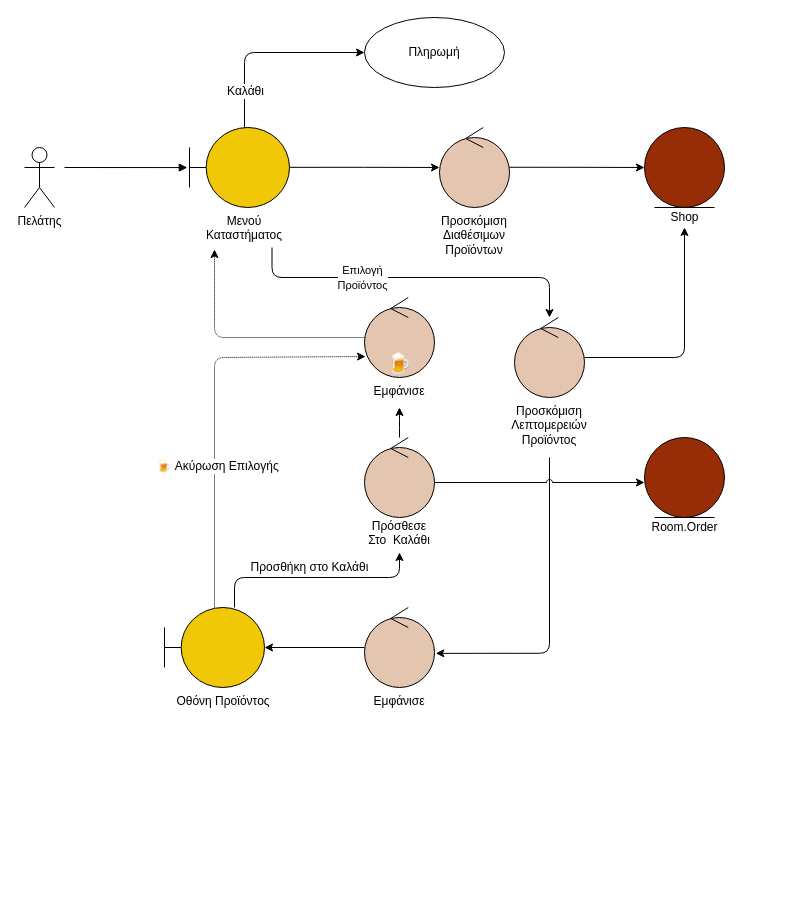
iloudaros/nomnomr keeps this draw.io diagram as docs/contributions/AthanasiaZ/Writing-Charts/Phase5/Use Case Order/orderrobustness.drawio. Above is the earlier version. Source tidied: cells renumbered, new cells numbered last; positions are measured from the earlier drawing's top-left corner, leaving out a move shared by most shapes. Both pictures are drawn from the tidied source at 100%, with x=0, y=0 at pixel (24, 17).
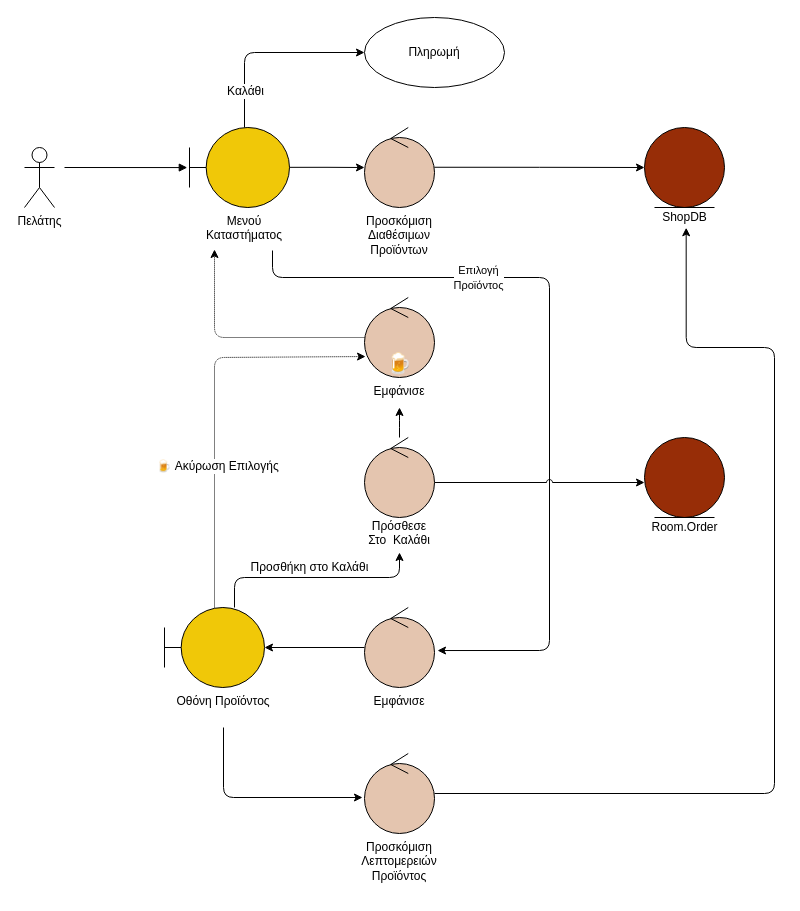
The same diagram, later.

Commit message (it also covers changes not shown here):
Order report-ready

The change refers to these unchanged cells:
```xml
<mxCell id="20" style="ellipse;shape=umlControl;whiteSpace=wrap;html=1;fillColor=#E4C5AF;" parent="1" vertex="1">
  <mxGeometry x="340" y="590" width="70" height="80" as="geometry" />
</mxCell>
<mxCell id="25" value="&lt;span style=&quot;color: rgb(0, 0, 0); font-family: helvetica; font-size: 12px; font-style: normal; font-weight: 400; letter-spacing: normal; text-indent: 0px; text-transform: none; word-spacing: 0px; display: inline; float: none;&quot;&gt;Μενού&lt;/span&gt;&lt;br style=&quot;color: rgb(0, 0, 0); font-family: helvetica; font-size: 12px; font-style: normal; font-weight: 400; letter-spacing: normal; text-indent: 0px; text-transform: none; word-spacing: 0px;&quot;&gt;&lt;span style=&quot;color: rgb(0, 0, 0); font-family: helvetica; font-size: 12px; font-style: normal; font-weight: 400; letter-spacing: normal; text-indent: 0px; text-transform: none; word-spacing: 0px; display: inline; float: none;&quot;&gt;Καταστήματος&lt;/span&gt;" style="text;whiteSpace=wrap;html=1;align=center;labelBackgroundColor=none;" parent="1" vertex="1">
  <mxGeometry x="165" y="190" width="110" height="40" as="geometry" />
</mxCell>
<mxCell id="28" value="&lt;font face=&quot;helvetica&quot;&gt;Οθόνη Προϊόντος&lt;/font&gt;" style="text;whiteSpace=wrap;html=1;align=center;labelBackgroundColor=none;" parent="1" vertex="1">
  <mxGeometry x="149" y="670" width="100" height="40" as="geometry" />
</mxCell>
```

The edit, as a diff of the source:
```diff
@@
-    <mxCell id="2" style="edgeStyle=orthogonalEdgeStyle;rounded=1;jettySize=auto;html=1;exitX=0.75;exitY=1;exitDx=0;exitDy=0;" parent="1" edge="1" source="25" target="18">
+    <mxCell id="2" style="edgeStyle=orthogonalEdgeStyle;rounded=1;jettySize=auto;html=1;entryX=1.043;entryY=0.538;entryDx=0;entryDy=0;entryPerimeter=0;" parent="1" edge="1" target="20">
       <mxGeometry relative="1" as="geometry">
+        <mxPoint x="248" y="233" as="sourcePoint" />
         <Array as="points">
           <mxPoint x="248" y="260" />
           <mxPoint x="525" y="260" />
+          <mxPoint x="525" y="633" />
         </Array>
       </mxGeometry>
     </mxCell>
     <mxCell id="3" value="&lt;span style=&quot;font-size: 11px;&quot;&gt;Επιλογή&lt;/span&gt;&lt;br style=&quot;font-size: 11px;&quot;&gt;&lt;span style=&quot;font-size: 11px;&quot;&gt;Προϊόντος&lt;/span&gt;" style="edgeLabel;html=1;align=center;verticalAlign=middle;fontSize=12;labelBackgroundColor=default;" parent="2" vertex="1">
-      <mxGeometry x="-0.31" y="1" relative="1" as="geometry" />
+      <mxGeometry x="-0.31" y="1" relative="1" as="geometry">
+        <mxPoint x="-40" as="offset" />
+      </mxGeometry>
     </mxCell>
@@
     <mxCell id="9" style="ellipse;shape=umlControl;whiteSpace=wrap;html=1;fillColor=#E4C5AF;" parent="1" vertex="1">
-      <mxGeometry x="415" y="110" width="70" height="80" as="geometry" />
+      <mxGeometry x="340" y="110" width="70" height="80" as="geometry" />
     </mxCell>
@@
+    <mxCell id="16" style="ellipse;shape=umlEntity;whiteSpace=wrap;html=1;fillColor=#972D07;" parent="1" vertex="1">
+      <mxGeometry x="620" y="110" width="80" height="80" as="geometry" />
+    </mxCell>
-    <mxCell id="15" style="edgeStyle=orthogonalEdgeStyle;rounded=1;jettySize=auto;html=1;entryX=0.5;entryY=1;entryDx=0;entryDy=0;entryPerimeter=0;" parent="1" edge="1" source="18" target="35">
+    <mxCell id="15" style="edgeStyle=orthogonalEdgeStyle;rounded=1;jettySize=auto;html=1;entryX=0.528;entryY=1.012;entryDx=0;entryDy=0;entryPerimeter=0;" parent="1" edge="1" source="18" target="35">
       <mxGeometry relative="1" as="geometry">
         <Array as="points">
-          <mxPoint x="660" y="340" />
+          <mxPoint x="750" y="776" />
+          <mxPoint x="750" y="330" />
+          <mxPoint x="662" y="330" />
         </Array>
       </mxGeometry>
     </mxCell>
-    <mxCell id="16" style="ellipse;shape=umlEntity;whiteSpace=wrap;html=1;fillColor=#972D07;" parent="1" vertex="1">
-      <mxGeometry x="620" y="110" width="80" height="80" as="geometry" />
-    </mxCell>
-    <mxCell id="17" style="edgeStyle=orthogonalEdgeStyle;rounded=1;jettySize=auto;html=1;entryX=1.019;entryY=0.573;entryDx=0;entryDy=0;entryPerimeter=0;" parent="1" edge="1" source="26" target="20">
-      <mxGeometry relative="1" as="geometry">
-        <Array as="points">
-          <mxPoint x="525" y="636" />
-        </Array>
-      </mxGeometry>
-    </mxCell>
     <mxCell id="18" style="ellipse;shape=umlControl;whiteSpace=wrap;html=1;fillColor=#E4C5AF;" parent="1" vertex="1">
-      <mxGeometry x="490" y="300" width="70" height="80" as="geometry" />
+      <mxGeometry x="340" y="736" width="70" height="80" as="geometry" />
     </mxCell>
@@
     <mxCell id="24" value="&lt;span style=&quot;color: rgb(0, 0, 0); font-family: helvetica; font-size: 12px; font-style: normal; font-weight: 400; letter-spacing: normal; text-indent: 0px; text-transform: none; word-spacing: 0px; display: inline; float: none;&quot;&gt;Προσκόμιση&lt;/span&gt;&lt;br style=&quot;color: rgb(0, 0, 0); font-family: helvetica; font-size: 12px; font-style: normal; font-weight: 400; letter-spacing: normal; text-indent: 0px; text-transform: none; word-spacing: 0px;&quot;&gt;&lt;span style=&quot;color: rgb(0, 0, 0); font-family: helvetica; font-size: 12px; font-style: normal; font-weight: 400; letter-spacing: normal; text-indent: 0px; text-transform: none; word-spacing: 0px; display: inline; float: none;&quot;&gt;Διαθέσιμων&lt;/span&gt;&lt;br style=&quot;color: rgb(0, 0, 0); font-family: helvetica; font-size: 12px; font-style: normal; font-weight: 400; letter-spacing: normal; text-indent: 0px; text-transform: none; word-spacing: 0px;&quot;&gt;&lt;span style=&quot;color: rgb(0, 0, 0); font-family: helvetica; font-size: 12px; font-style: normal; font-weight: 400; letter-spacing: normal; text-indent: 0px; text-transform: none; word-spacing: 0px; display: inline; float: none;&quot;&gt;Προϊόντων&lt;/span&gt;" style="text;whiteSpace=wrap;html=1;align=center;labelBackgroundColor=none;" parent="1" vertex="1">
-      <mxGeometry x="400" y="190" width="100" height="60" as="geometry" />
+      <mxGeometry x="325" y="190" width="100" height="60" as="geometry" />
     </mxCell>
@@
     <mxCell id="26" value="&lt;span style=&quot;color: rgb(0, 0, 0); font-family: helvetica; font-size: 12px; font-style: normal; font-weight: 400; letter-spacing: normal; text-indent: 0px; text-transform: none; word-spacing: 0px; display: inline; float: none;&quot;&gt;Προσκόμιση&lt;/span&gt;&lt;br style=&quot;color: rgb(0, 0, 0); font-family: helvetica; font-size: 12px; font-style: normal; font-weight: 400; letter-spacing: normal; text-indent: 0px; text-transform: none; word-spacing: 0px;&quot;&gt;&lt;span style=&quot;color: rgb(0, 0, 0); font-family: helvetica; font-size: 12px; font-style: normal; font-weight: 400; letter-spacing: normal; text-indent: 0px; text-transform: none; word-spacing: 0px; display: inline; float: none;&quot;&gt;Λεπτομερειών&lt;/span&gt;&lt;br style=&quot;color: rgb(0, 0, 0); font-family: helvetica; font-size: 12px; font-style: normal; font-weight: 400; letter-spacing: normal; text-indent: 0px; text-transform: none; word-spacing: 0px;&quot;&gt;&lt;span style=&quot;color: rgb(0, 0, 0); font-family: helvetica; font-size: 12px; font-style: normal; font-weight: 400; letter-spacing: normal; text-indent: 0px; text-transform: none; word-spacing: 0px; display: inline; float: none;&quot;&gt;Προϊόντος&lt;/span&gt;" style="text;whiteSpace=wrap;html=1;align=center;labelBackgroundColor=none;" parent="1" vertex="1">
-      <mxGeometry x="470" y="380" width="110" height="60" as="geometry" />
+      <mxGeometry x="320" y="816" width="110" height="60" as="geometry" />
     </mxCell>
@@
+    <mxCell id="40" style="edgeStyle=orthogonalEdgeStyle;rounded=1;jettySize=auto;html=1;" parent="1" edge="1" source="28">
+      <mxGeometry relative="1" as="geometry">
+        <mxPoint x="338" y="780" as="targetPoint" />
+        <Array as="points">
+          <mxPoint x="199" y="780" />
+          <mxPoint x="338" y="780" />
+        </Array>
+      </mxGeometry>
+    </mxCell>
@@
-    <mxCell id="35" value="Shop" style="text;html=1;align=center;verticalAlign=middle;points=[];strokeColor=none;fillColor=none;" parent="1" vertex="1">
-      <mxGeometry x="640" y="190" width="40" height="20" as="geometry" />
+    <mxCell id="35" value="ShopDB" style="text;html=1;align=center;verticalAlign=middle;points=[];strokeColor=none;fillColor=none;" parent="1" vertex="1">
+      <mxGeometry x="630" y="190" width="60" height="20" as="geometry" />
     </mxCell>
```
